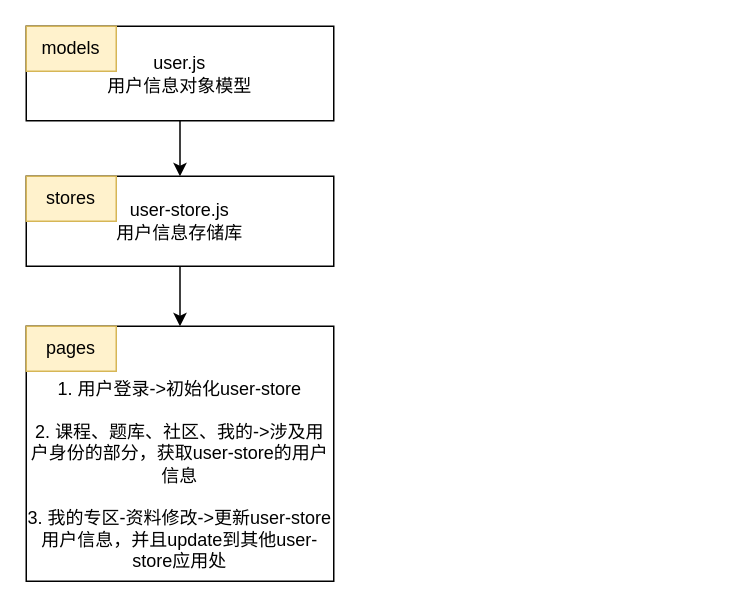
The draw.io diagram westore1.drawio in Ekko306/diagrams.net, before the edit. Source tidied: cells renumbered, new cells numbered last; positions are measured from the earlier drawing's top-left corner, leaving out a move shared by most shapes. Both pictures are drawn from the tidied source at 150%, with x=0, y=0 at pixel (26, 26).
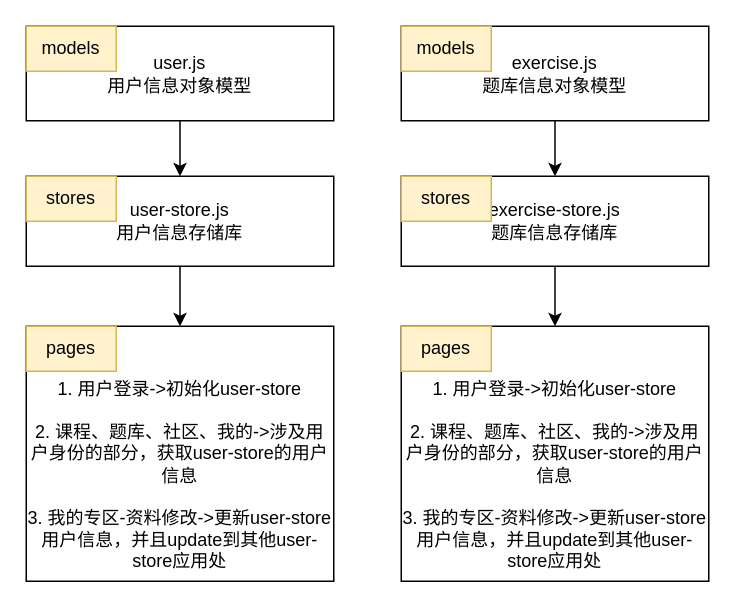
Above is the later version.

Diff of the diagram source:
```diff
@@
 <mxGraphModel>
   <root>
     <mxCell id="0" />
     <mxCell id="1" parent="0" />
     <mxCell id="2" style="edgeStyle=orthogonalEdgeStyle;rounded=0;jettySize=auto;html=1;" parent="1" edge="1" source="3" target="6">
       <mxGeometry relative="1" as="geometry" />
     </mxCell>
     <mxCell id="3" value="user.js&lt;br&gt;用户信息对象模型" style="rounded=0;whiteSpace=wrap;html=1;" parent="1" vertex="1">
       <mxGeometry width="205" height="63" as="geometry" />
     </mxCell>
     <mxCell id="4" value="models" style="text;html=1;strokeColor=#d6b656;fillColor=#fff2cc;align=center;verticalAlign=middle;whiteSpace=wrap;rounded=0;perimeterSpacing=12;" parent="1" vertex="1">
       <mxGeometry width="60" height="30" as="geometry" />
     </mxCell>
     <mxCell id="5" style="edgeStyle=orthogonalEdgeStyle;rounded=0;jettySize=auto;html=1;entryX=0.5;entryY=0;entryDx=0;entryDy=0;" parent="1" edge="1" source="6" target="8">
       <mxGeometry relative="1" as="geometry" />
     </mxCell>
     <mxCell id="6" value="user-store.js&lt;br&gt;用户信息存储库" style="rounded=0;whiteSpace=wrap;html=1;" parent="1" vertex="1">
       <mxGeometry y="100" width="205" height="60" as="geometry" />
     </mxCell>
     <mxCell id="7" value="stores" style="text;html=1;strokeColor=#d6b656;fillColor=#fff2cc;align=center;verticalAlign=middle;whiteSpace=wrap;rounded=0;" parent="1" vertex="1">
       <mxGeometry y="100" width="60" height="30" as="geometry" />
     </mxCell>
     <mxCell id="8" value="&lt;br&gt;&lt;br&gt;1. 用户登录-&amp;gt;初始化user-store&lt;br&gt;&lt;br&gt;2. 课程、题库、社区、我的-&amp;gt;涉及用户身份的部分，获取user-store的用户信息&lt;br&gt;&lt;br&gt;3. 我的专区-资料修改-&amp;gt;更新user-store用户信息，并且update到其他user-store应用处" style="rounded=0;whiteSpace=wrap;html=1;" parent="1" vertex="1">
       <mxGeometry y="200" width="205" height="170" as="geometry" />
     </mxCell>
     <mxCell id="9" value="pages" style="text;html=1;strokeColor=#d6b656;fillColor=#fff2cc;align=center;verticalAlign=middle;whiteSpace=wrap;rounded=0;" parent="1" vertex="1">
       <mxGeometry y="200" width="60" height="30" as="geometry" />
     </mxCell>
+    <mxCell id="10" style="edgeStyle=orthogonalEdgeStyle;rounded=0;jettySize=auto;html=1;" parent="1" edge="1" source="11" target="14">
+      <mxGeometry relative="1" as="geometry" />
+    </mxCell>
+    <mxCell id="11" value="exercise.js&lt;br&gt;题库信息对象模型" style="rounded=0;whiteSpace=wrap;html=1;" parent="1" vertex="1">
+      <mxGeometry x="250" width="205" height="63" as="geometry" />
+    </mxCell>
+    <mxCell id="12" value="models" style="text;html=1;strokeColor=#d6b656;fillColor=#fff2cc;align=center;verticalAlign=middle;whiteSpace=wrap;rounded=0;perimeterSpacing=12;" parent="1" vertex="1">
+      <mxGeometry x="250" width="60" height="30" as="geometry" />
+    </mxCell>
+    <mxCell id="13" style="edgeStyle=orthogonalEdgeStyle;rounded=0;jettySize=auto;html=1;entryX=0.5;entryY=0;entryDx=0;entryDy=0;" parent="1" edge="1" source="14" target="16">
+      <mxGeometry relative="1" as="geometry" />
+    </mxCell>
+    <mxCell id="14" value="exercise-store.js&lt;br&gt;题库信息存储库" style="rounded=0;whiteSpace=wrap;html=1;" parent="1" vertex="1">
+      <mxGeometry x="250" y="100" width="205" height="60" as="geometry" />
+    </mxCell>
+    <mxCell id="15" value="stores" style="text;html=1;strokeColor=#d6b656;fillColor=#fff2cc;align=center;verticalAlign=middle;whiteSpace=wrap;rounded=0;" parent="1" vertex="1">
+      <mxGeometry x="250" y="100" width="60" height="30" as="geometry" />
+    </mxCell>
+    <mxCell id="16" value="&lt;br&gt;&lt;br&gt;1. 用户登录-&amp;gt;初始化user-store&lt;br&gt;&lt;br&gt;2. 课程、题库、社区、我的-&amp;gt;涉及用户身份的部分，获取user-store的用户信息&lt;br&gt;&lt;br&gt;3. 我的专区-资料修改-&amp;gt;更新user-store用户信息，并且update到其他user-store应用处" style="rounded=0;whiteSpace=wrap;html=1;" parent="1" vertex="1">
+      <mxGeometry x="250" y="200" width="205" height="170" as="geometry" />
+    </mxCell>
+    <mxCell id="17" value="pages" style="text;html=1;strokeColor=#d6b656;fillColor=#fff2cc;align=center;verticalAlign=middle;whiteSpace=wrap;rounded=0;" parent="1" vertex="1">
+      <mxGeometry x="250" y="200" width="60" height="30" as="geometry" />
+    </mxCell>
   </root>
 </mxGraphModel>
```
